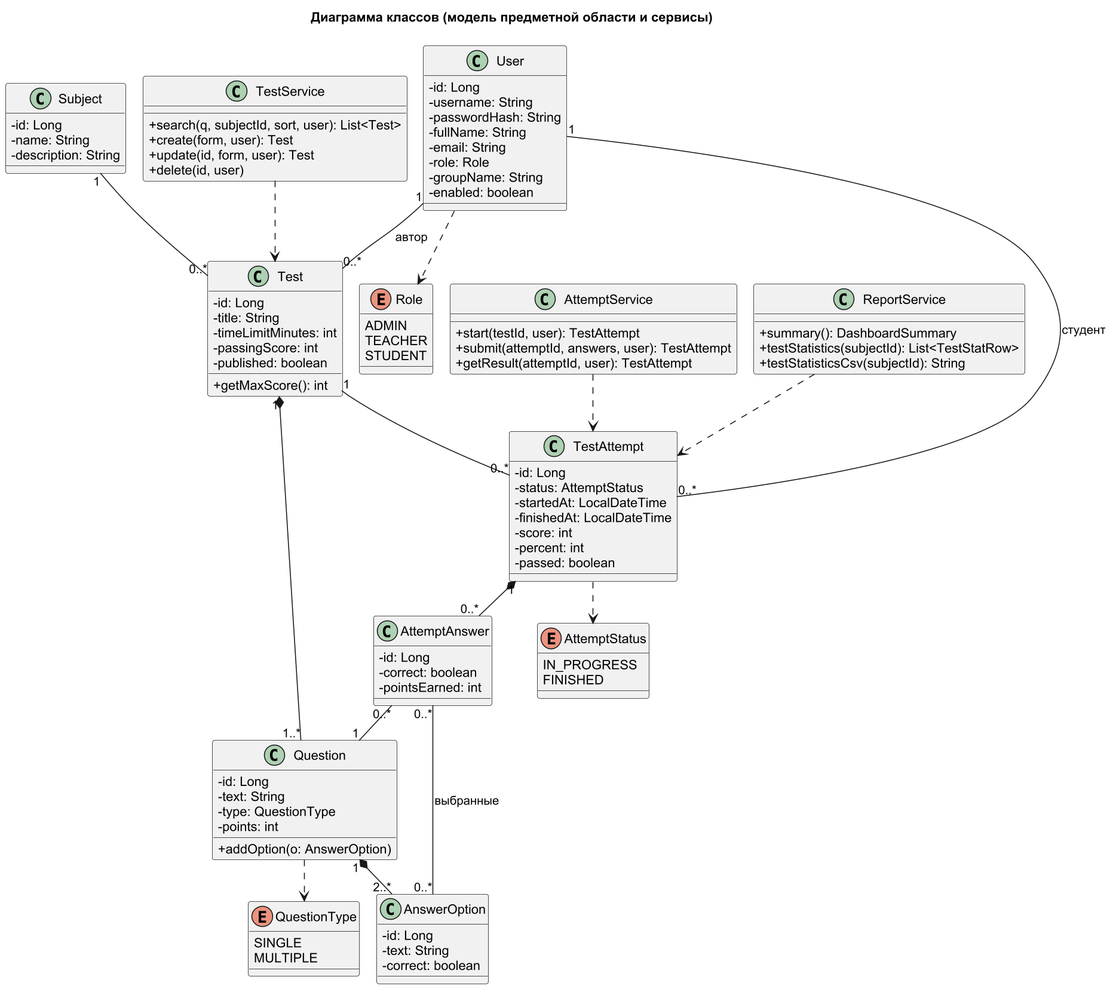
The PlantUML diagram docs/diagrams/class.png in ChibryakovT/student-testing-system, before a commit. The source it was exported from:
```plantuml
@startuml class
skinparamlocked dpi 150
!pragma layout smetana
skinparam defaultFontName Arial
skinparam classAttributeIconSize 0
title Диаграмма классов (модель предметной области и сервисы)

enum Role {
  ADMIN
  TEACHER
  STUDENT
}
enum QuestionType {
  SINGLE
  MULTIPLE
}
enum AttemptStatus {
  IN_PROGRESS
  FINISHED
}

class User {
  -id: Long
  -username: String
  -passwordHash: String
  -fullName: String
  -email: String
  -role: Role
  -groupName: String
  -enabled: boolean
}
class Subject {
  -id: Long
  -name: String
  -description: String
}
class Test {
  -id: Long
  -title: String
  -timeLimitMinutes: int
  -passingScore: int
  -published: boolean
  +getMaxScore(): int
}
class Question {
  -id: Long
  -text: String
  -type: QuestionType
  -points: int
  +addOption(o: AnswerOption)
}
class AnswerOption {
  -id: Long
  -text: String
  -correct: boolean
}
class TestAttempt {
  -id: Long
  -status: AttemptStatus
  -startedAt: LocalDateTime
  -finishedAt: LocalDateTime
  -score: int
  -percent: int
  -passed: boolean
}
class AttemptAnswer {
  -id: Long
  -correct: boolean
  -pointsEarned: int
}

class TestService {
  +search(q, subjectId, sort, user): List<Test>
  +create(form, user): Test
  +update(id, form, user): Test
  +delete(id, user)
}
class AttemptService {
  +start(testId, user): TestAttempt
  +submit(attemptId, answers, user): TestAttempt
  +getResult(attemptId, user): TestAttempt
}
class ReportService {
  +summary(): DashboardSummary
  +testStatistics(subjectId): List<TestStatRow>
  +testStatisticsCsv(subjectId): String
}

Subject "1" -- "0..*" Test
User "1" -- "0..*" Test : автор >
Test "1" *-- "1..*" Question
Question "1" *-- "2..*" AnswerOption
User "1" -- "0..*" TestAttempt : студент >
Test "1" -- "0..*" TestAttempt
TestAttempt "1" *-- "0..*" AttemptAnswer
AttemptAnswer "0..*" -- "1" Question
AttemptAnswer "0..*" -- "0..*" AnswerOption : выбранные >
User ..> Role
Question ..> QuestionType
TestAttempt ..> AttemptStatus
TestService ..> Test
AttemptService ..> TestAttempt
ReportService ..> TestAttempt
@enduml
```
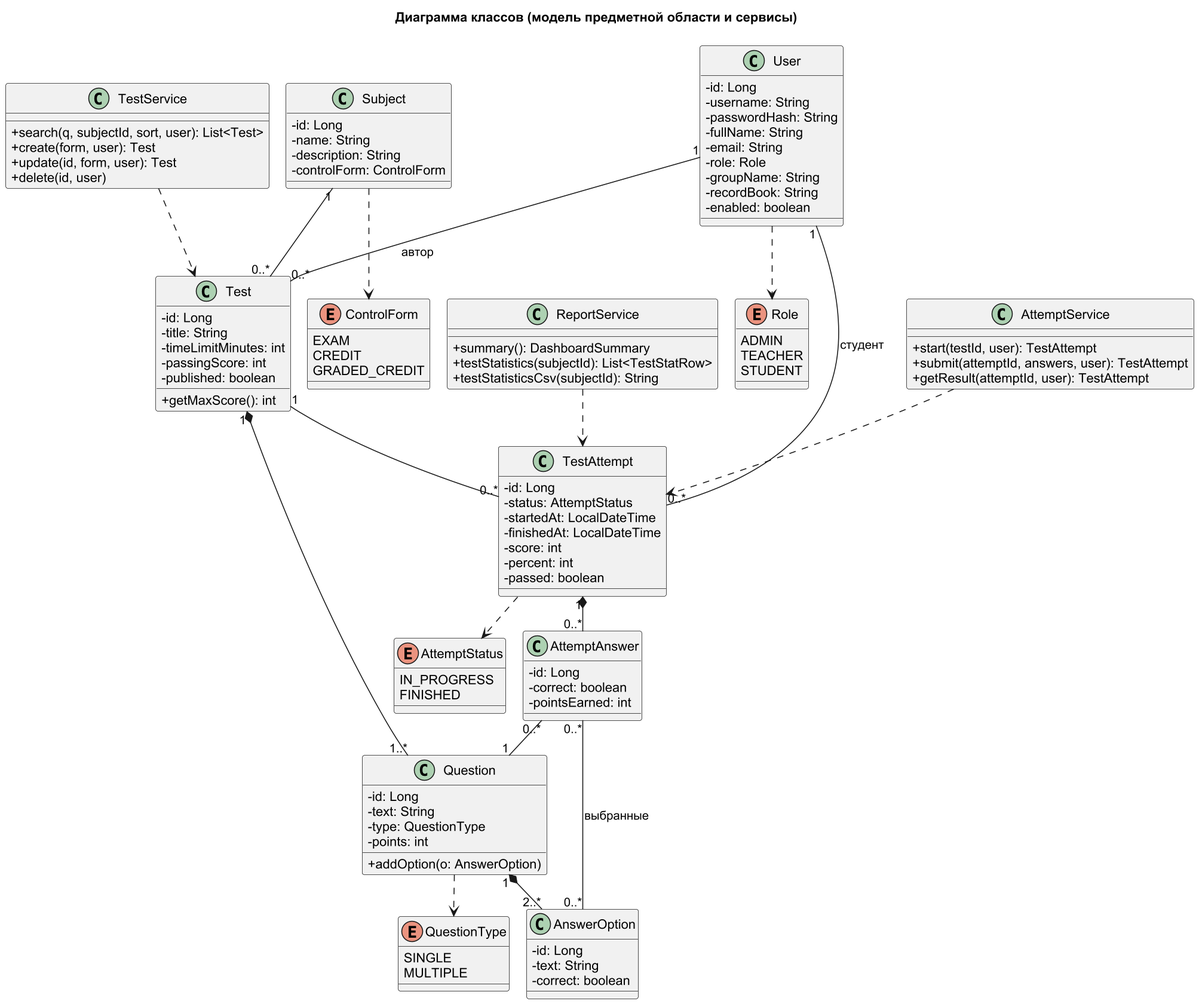
Later version of the same file.

What changed in the source:
```diff
@@ -14,6 +14,11 @@
   SINGLE
   MULTIPLE
 }
+enum ControlForm {
+  EXAM
+  CREDIT
+  GRADED_CREDIT
+}
 enum AttemptStatus {
   IN_PROGRESS
   FINISHED
@@ -27,12 +32,14 @@
   -email: String
   -role: Role
   -groupName: String
+  -recordBook: String
   -enabled: boolean
 }
 class Subject {
   -id: Long
   -name: String
   -description: String
+  -controlForm: ControlForm
 }
 class Test {
   -id: Long
@@ -96,6 +103,7 @@
 AttemptAnswer "0..*" -- "1" Question
 AttemptAnswer "0..*" -- "0..*" AnswerOption : выбранные >
 User ..> Role
+Subject ..> ControlForm
 Question ..> QuestionType
 TestAttempt ..> AttemptStatus
 TestService ..> Test
```
